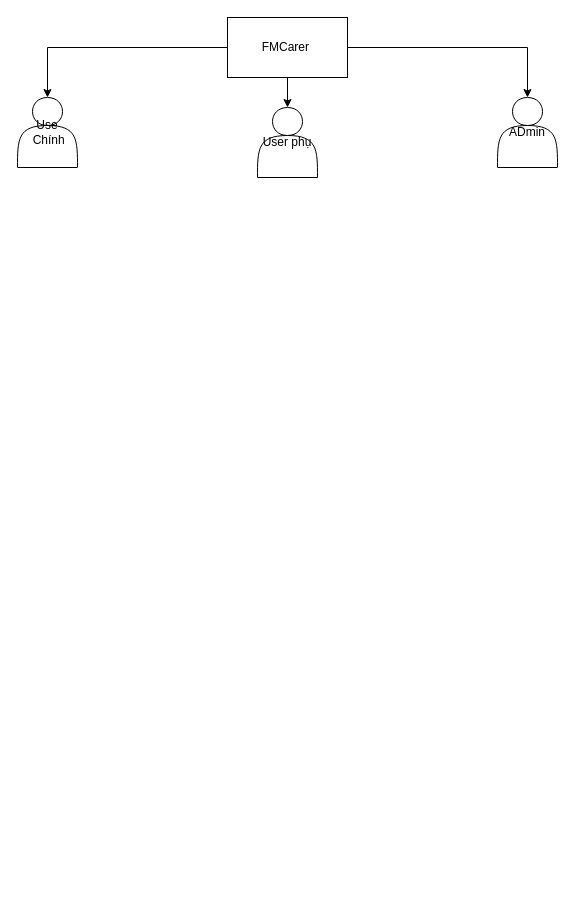
Before: UseCase.drawio in NguyenTuanDat187/draw, a draw.io diagram. Source tidied: cells renumbered, new cells numbered last; positions are measured from the earlier drawing's top-left corner, leaving out a move shared by most shapes. Both pictures are drawn from the tidied source at 100%, with x=0, y=0 at pixel (17, 17).
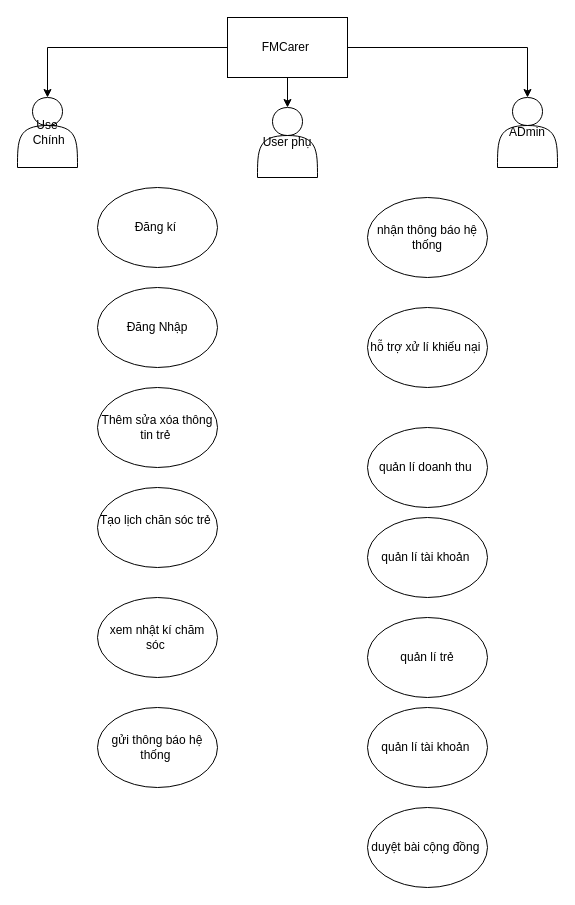
After the change.

Commit message (it also covers changes not shown here):
Cập nhật UseCase.drawio

What changed in the source:
```diff
@@
+    <mxCell id="9" value="Đăng kí&amp;nbsp;" style="ellipse;whiteSpace=wrap;html=1;" parent="1" vertex="1">
+      <mxGeometry x="80" y="170" width="120" height="80" as="geometry" />
+    </mxCell>
+    <mxCell id="10" value="Đăng Nhập" style="ellipse;whiteSpace=wrap;html=1;" parent="1" vertex="1">
+      <mxGeometry x="80" y="270" width="120" height="80" as="geometry" />
+    </mxCell>
+    <mxCell id="11" value="Thêm sửa xóa thông tin trẻ&amp;nbsp;" style="ellipse;whiteSpace=wrap;html=1;" parent="1" vertex="1">
+      <mxGeometry x="80" y="370" width="120" height="80" as="geometry" />
+    </mxCell>
+    <mxCell id="12" value="Tạo lịch chăn sóc trẻ&amp;nbsp;&lt;div&gt;&lt;br&gt;&lt;/div&gt;" style="ellipse;whiteSpace=wrap;html=1;" parent="1" vertex="1">
+      <mxGeometry x="80" y="470" width="120" height="80" as="geometry" />
+    </mxCell>
+    <mxCell id="13" value="xem nhật kí chăm sóc&amp;nbsp;" style="ellipse;whiteSpace=wrap;html=1;" parent="1" vertex="1">
+      <mxGeometry x="80" y="580" width="120" height="80" as="geometry" />
+    </mxCell>
+    <mxCell id="14" value="quản lí trẻ" style="ellipse;whiteSpace=wrap;html=1;" parent="1" vertex="1">
+      <mxGeometry x="350" y="600" width="120" height="80" as="geometry" />
+    </mxCell>
+    <mxCell id="15" value="quản lí tài khoản&amp;nbsp;" style="ellipse;whiteSpace=wrap;html=1;" parent="1" vertex="1">
+      <mxGeometry x="350" y="500" width="120" height="80" as="geometry" />
+    </mxCell>
+    <mxCell id="16" value="quản lí doanh thu&amp;nbsp;" style="ellipse;whiteSpace=wrap;html=1;" parent="1" vertex="1">
+      <mxGeometry x="350" y="410" width="120" height="80" as="geometry" />
+    </mxCell>
+    <mxCell id="17" value="gửi thông báo hệ thống&amp;nbsp;" style="ellipse;whiteSpace=wrap;html=1;" parent="1" vertex="1">
+      <mxGeometry x="80" y="690" width="120" height="80" as="geometry" />
+    </mxCell>
+    <mxCell id="18" value="nhận thông báo hệ thống" style="ellipse;whiteSpace=wrap;html=1;" parent="1" vertex="1">
+      <mxGeometry x="350" y="180" width="120" height="80" as="geometry" />
+    </mxCell>
+    <mxCell id="19" value="quản lí tài khoản&amp;nbsp;" style="ellipse;whiteSpace=wrap;html=1;" parent="1" vertex="1">
+      <mxGeometry x="350" y="690" width="120" height="80" as="geometry" />
+    </mxCell>
+    <mxCell id="20" value="hỗ trợ xử lí khiếu nại&amp;nbsp;" style="ellipse;whiteSpace=wrap;html=1;" parent="1" vertex="1">
+      <mxGeometry x="350" y="290" width="120" height="80" as="geometry" />
+    </mxCell>
+    <mxCell id="21" value="duyệt bài cộng đồng&amp;nbsp;" style="ellipse;whiteSpace=wrap;html=1;" parent="1" vertex="1">
+      <mxGeometry x="350" y="790" width="120" height="80" as="geometry" />
+    </mxCell>
```
